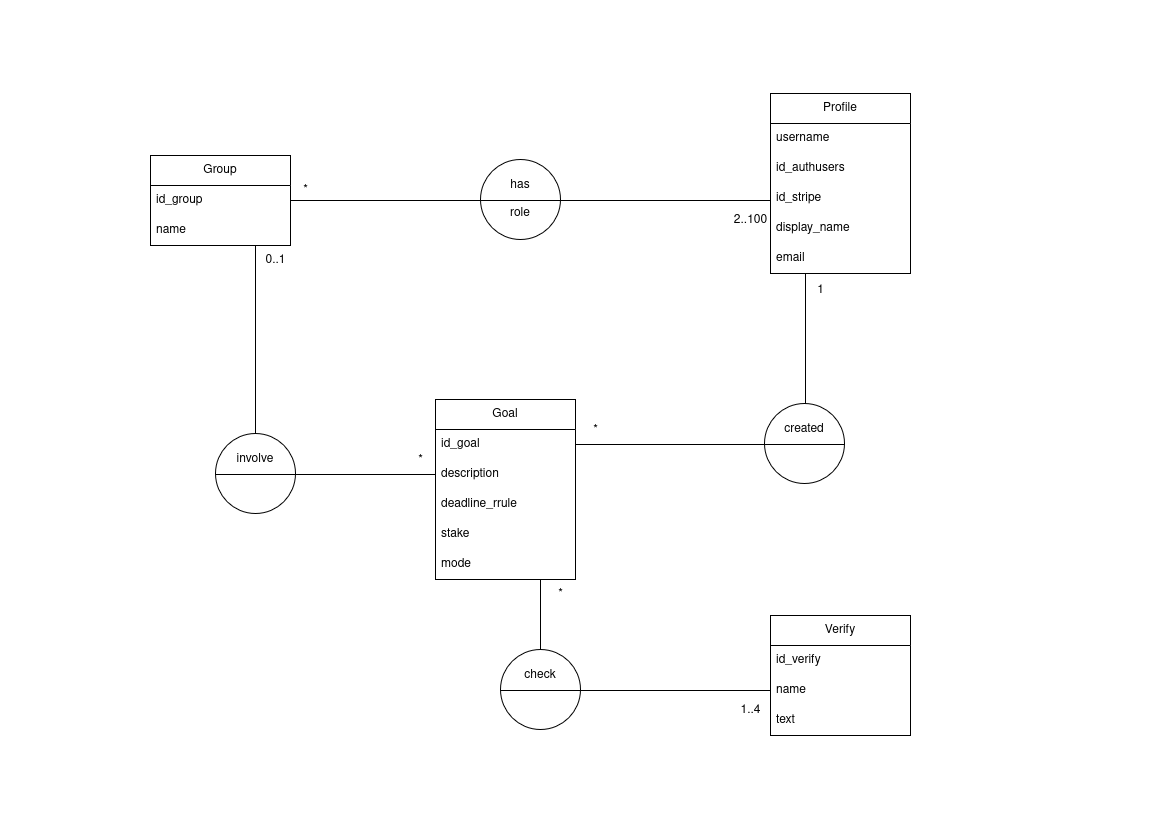
Before: docs/db_mcd.png, a diagram exported from draw.io (getcommitapp/commit). Source tidied: cells renumbered, new cells last; positions are measured from the earlier drawing's top-left corner, leaving out a move shared by most shapes.
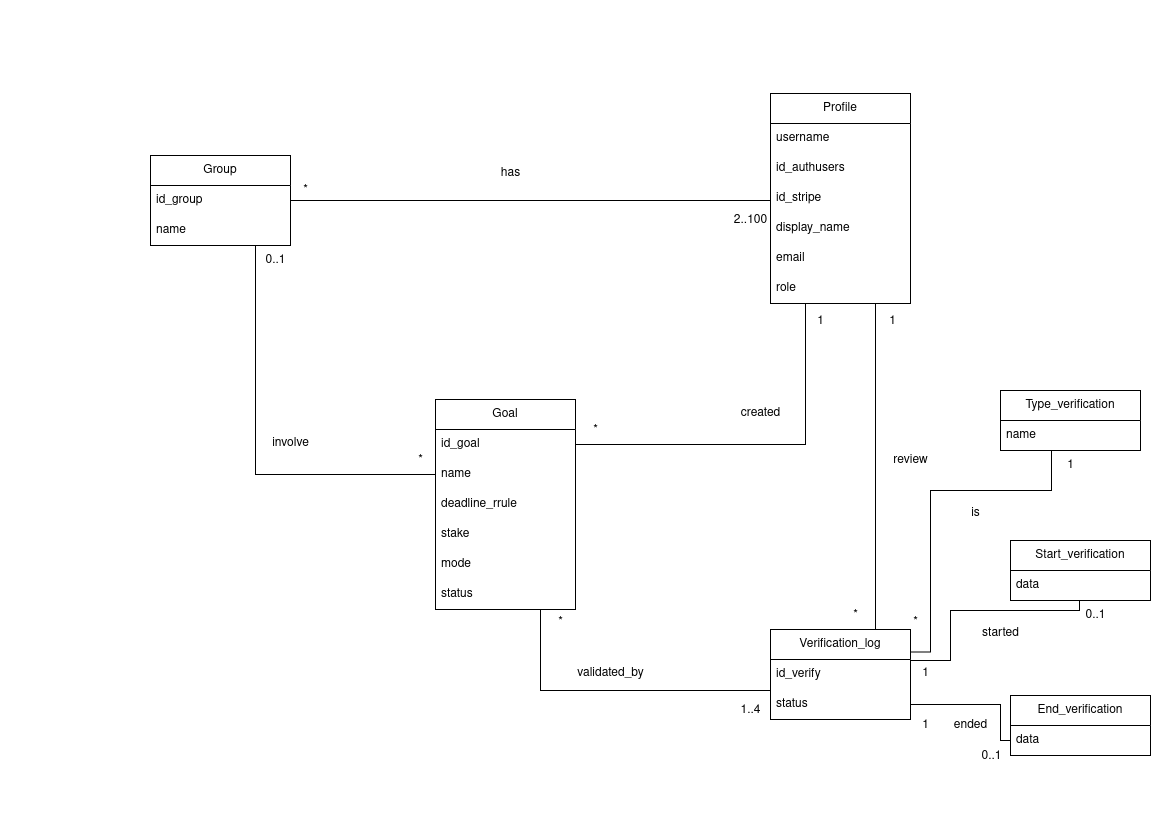
The same file after the commit.

The edit, as a diff of the source:
```diff
@@ -2,16 +2,21 @@
   <root>
     <mxCell id="0" />
     <mxCell id="1" parent="0" />
-    <mxCell id="2" style="edgeStyle=orthogonalEdgeStyle;rounded=0;jettySize=auto;html=1;exitX=0.75;exitY=1;exitDx=0;exitDy=0;entryX=0;entryY=0.5;entryDx=0;entryDy=0;endArrow=none;startFill=0;" parent="1" edge="1" source="3" target="17">
-      <mxGeometry relative="1" as="geometry" />
+    <mxCell id="2" style="edgeStyle=orthogonalEdgeStyle;rounded=0;jettySize=auto;html=1;exitX=0.75;exitY=1;exitDx=0;exitDy=0;entryX=0;entryY=0.5;entryDx=0;entryDy=0;endArrow=none;startFill=0;" parent="1" edge="1" source="3">
+      <mxGeometry relative="1" as="geometry">
+        <mxPoint x="620" y="597" as="targetPoint" />
+        <Array as="points">
+          <mxPoint x="390" y="597" />
+        </Array>
+      </mxGeometry>
     </mxCell>
     <mxCell id="3" value="Goal" style="swimlane;fontStyle=0;horizontal=1;startSize=30;whiteSpace=wrap;html=1;" parent="1" vertex="1">
-      <mxGeometry x="285" y="306" width="140" height="180" as="geometry" />
+      <mxGeometry x="285" y="306" width="140" height="210" as="geometry" />
     </mxCell>
     <mxCell id="4" value="id_goal&lt;span style=&quot;white-space: pre;&quot;&gt;&#9;&lt;/span&gt;" style="text;strokeColor=none;fillColor=none;align=left;verticalAlign=middle;spacingLeft=4;spacingRight=4;overflow=hidden;points=[[0,0.5],[1,0.5]];portConstraint=eastwest;whiteSpace=wrap;html=1;" parent="3" vertex="1">
       <mxGeometry y="30" width="140" height="30" as="geometry" />
     </mxCell>
-    <mxCell id="5" value="description" style="text;strokeColor=none;fillColor=none;align=left;verticalAlign=middle;spacingLeft=4;spacingRight=4;overflow=hidden;points=[[0,0.5],[1,0.5]];portConstraint=eastwest;whiteSpace=wrap;html=1;" parent="3" vertex="1">
+    <mxCell id="5" value="name" style="text;strokeColor=none;fillColor=none;align=left;verticalAlign=middle;spacingLeft=4;spacingRight=4;overflow=hidden;points=[[0,0.5],[1,0.5]];portConstraint=eastwest;whiteSpace=wrap;html=1;" parent="3" vertex="1">
       <mxGeometry y="60" width="140" height="30" as="geometry" />
     </mxCell>
     <mxCell id="6" value="deadline_rrule" style="text;strokeColor=none;fillColor=none;align=left;verticalAlign=middle;spacingLeft=4;spacingRight=4;overflow=hidden;whiteSpace=wrap;html=1;" parent="3" vertex="1">
@@ -23,8 +28,11 @@
     <mxCell id="8" value="mode" style="text;strokeColor=none;fillColor=none;align=left;verticalAlign=middle;spacingLeft=4;spacingRight=4;overflow=hidden;whiteSpace=wrap;html=1;" parent="3" vertex="1">
       <mxGeometry y="150" width="140" height="30" as="geometry" />
     </mxCell>
+    <mxCell id="45" value="status" style="text;strokeColor=none;fillColor=none;align=left;verticalAlign=middle;spacingLeft=4;spacingRight=4;overflow=hidden;whiteSpace=wrap;html=1;" parent="3" vertex="1">
+      <mxGeometry y="180" width="140" height="30" as="geometry" />
+    </mxCell>
     <mxCell id="9" value="Profile" style="swimlane;fontStyle=0;horizontal=1;startSize=30;whiteSpace=wrap;html=1;" parent="1" vertex="1">
-      <mxGeometry x="620" width="140" height="180" as="geometry" />
+      <mxGeometry x="620" width="140" height="210" as="geometry" />
     </mxCell>
     <mxCell id="10" value="username" style="text;strokeColor=none;fillColor=none;align=left;verticalAlign=middle;spacingLeft=4;spacingRight=4;overflow=hidden;whiteSpace=wrap;html=1;" parent="9" vertex="1">
       <mxGeometry y="30" width="140" height="30" as="geometry" />
@@ -41,18 +49,27 @@
     <mxCell id="14" value="email" style="text;strokeColor=none;fillColor=none;align=left;verticalAlign=middle;spacingLeft=4;spacingRight=4;overflow=hidden;whiteSpace=wrap;html=1;" parent="9" vertex="1">
       <mxGeometry y="150" width="140" height="30" as="geometry" />
     </mxCell>
-    <mxCell id="15" value="Verify" style="swimlane;fontStyle=0;horizontal=1;startSize=30;whiteSpace=wrap;html=1;" parent="1" vertex="1">
-      <mxGeometry x="620" y="522" width="140" height="120" as="geometry" />
-    </mxCell>
-    <mxCell id="16" value="id_verify" style="text;strokeColor=none;fillColor=none;align=left;verticalAlign=middle;spacingLeft=4;spacingRight=4;overflow=hidden;points=[[0,0.5],[1,0.5]];portConstraint=eastwest;whiteSpace=wrap;html=1;" parent="15" vertex="1">
-      <mxGeometry y="30" width="140" height="30" as="geometry" />
-    </mxCell>
-    <mxCell id="17" value="name" style="text;strokeColor=none;fillColor=none;align=left;verticalAlign=middle;spacingLeft=4;spacingRight=4;overflow=hidden;points=[[0,0.5],[1,0.5]];portConstraint=eastwest;whiteSpace=wrap;html=1;" parent="15" vertex="1">
-      <mxGeometry y="60" width="140" height="30" as="geometry" />
-    </mxCell>
-    <mxCell id="18" value="text" style="text;strokeColor=none;fillColor=none;align=left;verticalAlign=middle;spacingLeft=4;spacingRight=4;overflow=hidden;whiteSpace=wrap;html=1;" parent="15" vertex="1">
-      <mxGeometry y="90" width="140" height="30" as="geometry" />
-    </mxCell>
+    <mxCell id="46" value="role" style="text;strokeColor=none;fillColor=none;align=left;verticalAlign=middle;spacingLeft=4;spacingRight=4;overflow=hidden;whiteSpace=wrap;html=1;" parent="9" vertex="1">
+      <mxGeometry y="180" width="140" height="30" as="geometry" />
+    </mxCell>
+    <mxCell id="47" style="edgeStyle=orthogonalEdgeStyle;rounded=0;jettySize=auto;html=1;exitX=1;exitY=0.5;exitDx=0;exitDy=0;entryX=0;entryY=0.5;entryDx=0;entryDy=0;endArrow=none;startFill=0;" parent="1" edge="1" source="57" target="53">
+      <mxGeometry relative="1" as="geometry">
+        <Array as="points">
+          <mxPoint x="850" y="611" />
+          <mxPoint x="850" y="647" />
+        </Array>
+      </mxGeometry>
+    </mxCell>
+    <mxCell id="48" style="edgeStyle=orthogonalEdgeStyle;rounded=0;jettySize=auto;html=1;exitX=1;exitY=0.5;exitDx=0;exitDy=0;entryX=0.493;entryY=1;entryDx=0;entryDy=0;endArrow=none;startFill=0;entryPerimeter=0;" parent="1" edge="1" source="16" target="51">
+      <mxGeometry relative="1" as="geometry">
+        <Array as="points">
+          <mxPoint x="760" y="567" />
+          <mxPoint x="800" y="567" />
+          <mxPoint x="800" y="517" />
+          <mxPoint x="929" y="517" />
+        </Array>
+      </mxGeometry>
+    </mxCell>
     <mxCell id="19" style="edgeStyle=orthogonalEdgeStyle;rounded=0;jettySize=auto;html=1;exitX=0.75;exitY=1;exitDx=0;exitDy=0;entryX=0;entryY=0.5;entryDx=0;entryDy=0;endArrow=none;startFill=0;" parent="1" edge="1" source="21" target="5">
       <mxGeometry relative="1" as="geometry" />
     </mxCell>
@@ -75,33 +92,6 @@
     <mxCell id="23" value="name" style="text;strokeColor=none;fillColor=none;align=left;verticalAlign=middle;spacingLeft=4;spacingRight=4;overflow=hidden;whiteSpace=wrap;html=1;" parent="21" vertex="1">
       <mxGeometry y="60" width="140" height="30" as="geometry" />
     </mxCell>
-    <mxCell id="24" style="group;" parent="1" vertex="1">
-      <mxGeometry x="330" y="66" width="80" height="80" as="geometry" />
-    </mxCell>
-    <mxCell id="25" value="&lt;div&gt;has&lt;/div&gt;&lt;div&gt;&lt;br&gt;&lt;/div&gt;&lt;div&gt;role&lt;/div&gt;" style="ellipse;whiteSpace=wrap;html=1;" parent="24" vertex="1">
-      <mxGeometry width="80" height="80" as="geometry" />
-    </mxCell>
-    <mxCell id="26" style="line;strokeWidth=1;dashed=0;labelPosition=right;align=left;verticalAlign=middle;spacingTop=0;spacingLeft=6;" parent="24" vertex="1">
-      <mxGeometry y="36" width="80" height="10" as="geometry" />
-    </mxCell>
-    <mxCell id="27" style="group;" parent="1" vertex="1">
-      <mxGeometry x="65" y="340" width="80" height="80" as="geometry" />
-    </mxCell>
-    <mxCell id="28" value="&lt;div&gt;involve&lt;/div&gt;&lt;div&gt;&lt;br&gt;&lt;/div&gt;&lt;div&gt;&lt;br&gt;&lt;/div&gt;" style="ellipse;whiteSpace=wrap;html=1;" parent="27" vertex="1">
-      <mxGeometry width="80" height="80" as="geometry" />
-    </mxCell>
-    <mxCell id="29" style="line;strokeWidth=1;dashed=0;labelPosition=right;align=left;verticalAlign=middle;spacingTop=0;spacingLeft=6;" parent="27" vertex="1">
-      <mxGeometry y="36" width="80" height="10" as="geometry" />
-    </mxCell>
-    <mxCell id="30" style="group;" parent="1" vertex="1">
-      <mxGeometry x="350" y="556" width="80" height="80" as="geometry" />
-    </mxCell>
-    <mxCell id="31" value="&lt;div&gt;check&lt;/div&gt;&lt;div&gt;&lt;br&gt;&lt;/div&gt;&lt;div&gt;&lt;br&gt;&lt;/div&gt;" style="ellipse;whiteSpace=wrap;html=1;" parent="30" vertex="1">
-      <mxGeometry width="80" height="80" as="geometry" />
-    </mxCell>
-    <mxCell id="32" style="line;strokeWidth=1;dashed=0;labelPosition=right;align=left;verticalAlign=middle;spacingTop=0;spacingLeft=6;" parent="30" vertex="1">
-      <mxGeometry y="36" width="80" height="10" as="geometry" />
-    </mxCell>
     <mxCell id="33" value="*" style="text;html=1;align=center;verticalAlign=middle;strokeColor=none;fillColor=none;" parent="1" vertex="1">
       <mxGeometry x="255" y="352" width="30" height="30" as="geometry" />
     </mxCell>
@@ -111,15 +101,6 @@
     <mxCell id="35" style="edgeStyle=orthogonalEdgeStyle;rounded=0;jettySize=auto;html=1;exitX=1;exitY=0.5;exitDx=0;exitDy=0;entryX=0.25;entryY=1;entryDx=0;entryDy=0;endArrow=none;startFill=0;" parent="1" edge="1" source="4" target="9">
       <mxGeometry relative="1" as="geometry" />
     </mxCell>
-    <mxCell id="36" style="group;" parent="1" vertex="1">
-      <mxGeometry x="614" y="310" width="80" height="80" as="geometry" />
-    </mxCell>
-    <mxCell id="37" value="&lt;div&gt;created&lt;/div&gt;&lt;div&gt;&lt;br&gt;&lt;/div&gt;&lt;div&gt;&lt;br&gt;&lt;/div&gt;" style="ellipse;whiteSpace=wrap;html=1;" parent="36" vertex="1">
-      <mxGeometry width="80" height="80" as="geometry" />
-    </mxCell>
-    <mxCell id="38" style="line;strokeWidth=1;dashed=0;labelPosition=right;align=left;verticalAlign=middle;spacingTop=0;spacingLeft=6;" parent="36" vertex="1">
-      <mxGeometry y="36" width="80" height="10" as="geometry" />
-    </mxCell>
     <mxCell id="39" value="*" style="text;html=1;align=center;verticalAlign=middle;strokeColor=none;fillColor=none;" parent="1" vertex="1">
       <mxGeometry x="140" y="82" width="30" height="30" as="geometry" />
     </mxCell>
@@ -130,13 +111,100 @@
       <mxGeometry x="430" y="322" width="30" height="30" as="geometry" />
     </mxCell>
     <mxCell id="42" value="&lt;div&gt;*&lt;/div&gt;" style="text;html=1;align=center;verticalAlign=middle;strokeColor=none;fillColor=none;" parent="1" vertex="1">
-      <mxGeometry x="395" y="486" width="30" height="30" as="geometry" />
+      <mxGeometry x="395" y="514" width="30" height="30" as="geometry" />
     </mxCell>
     <mxCell id="43" value="1..4" style="text;html=1;align=center;verticalAlign=middle;strokeColor=none;fillColor=none;" parent="1" vertex="1">
       <mxGeometry x="580" y="602" width="40" height="30" as="geometry" />
     </mxCell>
     <mxCell id="44" value="1" style="text;html=1;align=center;verticalAlign=middle;strokeColor=none;fillColor=none;" parent="1" vertex="1">
-      <mxGeometry x="655" y="182" width="30" height="30" as="geometry" />
+      <mxGeometry x="655" y="213" width="30" height="30" as="geometry" />
     </mxCell>
+    <mxCell id="49" value="Type_verification" style="swimlane;fontStyle=0;horizontal=1;startSize=30;whiteSpace=wrap;html=1;" parent="1" vertex="1">
+      <mxGeometry x="850" y="297" width="140" height="60" as="geometry" />
+    </mxCell>
+    <mxCell id="17" value="name" style="text;strokeColor=none;fillColor=none;align=left;verticalAlign=middle;spacingLeft=4;spacingRight=4;overflow=hidden;points=[[0,0.5],[1,0.5]];portConstraint=eastwest;whiteSpace=wrap;html=1;" parent="49" vertex="1">
+      <mxGeometry y="30" width="140" height="30" as="geometry" />
+    </mxCell>
+    <mxCell id="50" value="Start_verification" style="swimlane;fontStyle=0;horizontal=1;startSize=30;whiteSpace=wrap;html=1;" parent="1" vertex="1">
+      <mxGeometry x="860" y="447" width="140" height="60" as="geometry" />
+    </mxCell>
+    <mxCell id="51" value="data" style="text;strokeColor=none;fillColor=none;align=left;verticalAlign=middle;spacingLeft=4;spacingRight=4;overflow=hidden;points=[[0,0.5],[1,0.5]];portConstraint=eastwest;whiteSpace=wrap;html=1;" parent="50" vertex="1">
+      <mxGeometry y="30" width="140" height="30" as="geometry" />
+    </mxCell>
+    <mxCell id="52" value="End_verification" style="swimlane;fontStyle=0;horizontal=1;startSize=30;whiteSpace=wrap;html=1;" parent="1" vertex="1">
+      <mxGeometry x="860" y="602" width="140" height="60" as="geometry" />
+    </mxCell>
+    <mxCell id="53" value="data" style="text;strokeColor=none;fillColor=none;align=left;verticalAlign=middle;spacingLeft=4;spacingRight=4;overflow=hidden;points=[[0,0.5],[1,0.5]];portConstraint=eastwest;whiteSpace=wrap;html=1;" parent="52" vertex="1">
+      <mxGeometry y="30" width="140" height="30" as="geometry" />
+    </mxCell>
+    <mxCell id="54" style="edgeStyle=orthogonalEdgeStyle;rounded=0;jettySize=auto;html=1;exitX=1;exitY=0.25;exitDx=0;exitDy=0;endArrow=none;startFill=0;" parent="1" edge="1" source="56" target="17">
+      <mxGeometry relative="1" as="geometry">
+        <Array as="points">
+          <mxPoint x="780" y="559" />
+          <mxPoint x="780" y="397" />
+          <mxPoint x="901" y="397" />
+        </Array>
+      </mxGeometry>
+    </mxCell>
+    <mxCell id="55" style="edgeStyle=orthogonalEdgeStyle;rounded=0;jettySize=auto;html=1;exitX=0.75;exitY=0;exitDx=0;exitDy=0;entryX=0.75;entryY=1;entryDx=0;entryDy=0;endArrow=none;startFill=0;" parent="1" edge="1" source="56" target="9">
+      <mxGeometry relative="1" as="geometry" />
+    </mxCell>
+    <mxCell id="56" value="Verification_log" style="swimlane;fontStyle=0;horizontal=1;startSize=30;whiteSpace=wrap;html=1;" parent="1" vertex="1">
+      <mxGeometry x="620" y="536" width="140" height="90" as="geometry" />
+    </mxCell>
+    <mxCell id="16" value="id_verify" style="text;strokeColor=none;fillColor=none;align=left;verticalAlign=middle;spacingLeft=4;spacingRight=4;overflow=hidden;points=[[0,0.5],[1,0.5]];portConstraint=eastwest;whiteSpace=wrap;html=1;" parent="56" vertex="1">
+      <mxGeometry y="30" width="140" height="30" as="geometry" />
+    </mxCell>
+    <mxCell id="57" value="status" style="text;strokeColor=none;fillColor=none;align=left;verticalAlign=middle;spacingLeft=4;spacingRight=4;overflow=hidden;points=[[0,0.5],[1,0.5]];portConstraint=eastwest;whiteSpace=wrap;html=1;" parent="56" vertex="1">
+      <mxGeometry y="60" width="140" height="30" as="geometry" />
+    </mxCell>
+    <mxCell id="58" value="&lt;div&gt;validated_by&lt;/div&gt;" style="text;html=1;align=center;verticalAlign=middle;strokeColor=none;fillColor=none;" parent="1" vertex="1">
+      <mxGeometry x="415" y="565" width="90" height="30" as="geometry" />
+    </mxCell>
+    <mxCell id="28" value="&lt;div&gt;involve&lt;/div&gt;" style="text;html=1;align=center;verticalAlign=middle;strokeColor=none;fillColor=none;" parent="1" vertex="1">
+      <mxGeometry x="110" y="335" width="60" height="30" as="geometry" />
+    </mxCell>
+    <mxCell id="37" value="created" style="text;html=1;align=center;verticalAlign=middle;strokeColor=none;fillColor=none;" parent="1" vertex="1">
+      <mxGeometry x="580" y="305" width="60" height="30" as="geometry" />
+    </mxCell>
+    <mxCell id="59" value="is" style="text;html=1;align=center;verticalAlign=middle;strokeColor=none;fillColor=none;" parent="1" vertex="1">
+      <mxGeometry x="810" y="405" width="30" height="30" as="geometry" />
+    </mxCell>
+    <mxCell id="60" value="started" style="text;html=1;align=center;verticalAlign=middle;strokeColor=none;fillColor=none;" parent="1" vertex="1">
+      <mxGeometry x="820" y="525" width="60" height="30" as="geometry" />
+    </mxCell>
+    <mxCell id="61" value="ended" style="text;html=1;align=center;verticalAlign=middle;strokeColor=none;fillColor=none;" parent="1" vertex="1">
+      <mxGeometry x="790" y="617" width="60" height="30" as="geometry" />
+    </mxCell>
+    <mxCell id="62" value="1" style="text;html=1;align=center;verticalAlign=middle;strokeColor=none;fillColor=none;" parent="1" vertex="1">
+      <mxGeometry x="905" y="357" width="30" height="30" as="geometry" />
+    </mxCell>
+    <mxCell id="63" value="*" style="text;html=1;align=center;verticalAlign=middle;strokeColor=none;fillColor=none;" parent="1" vertex="1">
+      <mxGeometry x="750" y="514" width="30" height="30" as="geometry" />
+    </mxCell>
+    <mxCell id="64" value="1" style="text;html=1;align=center;verticalAlign=middle;strokeColor=none;fillColor=none;" parent="1" vertex="1">
+      <mxGeometry x="760" y="565" width="30" height="30" as="geometry" />
+    </mxCell>
+    <mxCell id="65" value="0..1" style="text;html=1;align=center;verticalAlign=middle;strokeColor=none;fillColor=none;" parent="1" vertex="1">
+      <mxGeometry x="925" y="507" width="40" height="30" as="geometry" />
+    </mxCell>
+    <mxCell id="66" value="0..1" style="text;html=1;align=center;verticalAlign=middle;strokeColor=none;fillColor=none;" parent="1" vertex="1">
+      <mxGeometry x="821" y="648" width="40" height="30" as="geometry" />
+    </mxCell>
+    <mxCell id="67" value="1" style="text;html=1;align=center;verticalAlign=middle;strokeColor=none;fillColor=none;" parent="1" vertex="1">
+      <mxGeometry x="760" y="617" width="30" height="30" as="geometry" />
+    </mxCell>
+    <mxCell id="68" value="has" style="text;html=1;align=center;verticalAlign=middle;strokeColor=none;fillColor=none;" parent="1" vertex="1">
+      <mxGeometry x="340" y="65" width="40" height="30" as="geometry" />
+    </mxCell>
+    <mxCell id="69" value="review" style="text;html=1;align=center;verticalAlign=middle;strokeColor=none;fillColor=none;" parent="1" vertex="1">
+      <mxGeometry x="730" y="352" width="60" height="30" as="geometry" />
+    </mxCell>
+    <mxCell id="70" value="*" style="text;html=1;align=center;verticalAlign=middle;strokeColor=none;fillColor=none;" parent="1" vertex="1">
+      <mxGeometry x="690" y="507" width="30" height="30" as="geometry" />
+    </mxCell>
+    <mxCell id="71" value="1" style="text;html=1;align=center;verticalAlign=middle;strokeColor=none;fillColor=none;" parent="1" vertex="1">
+      <mxGeometry x="727" y="213" width="30" height="30" as="geometry" />
+    </mxCell>
   </root>
 </mxGraphModel>
```
